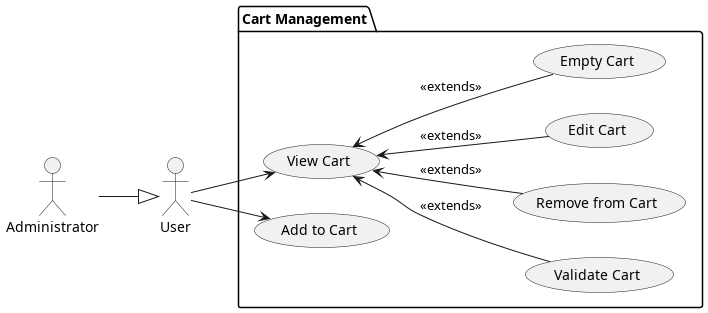
Earlier version of the PlantUML export doc/reports/usecaseAnalysis/img/cartManagement.png (iusildra/WineCellar). Its diagram source:
```plantuml
@startuml cartManagement

left to right direction

actor "User" as user
actor "Administrator" as admin

package "Cart Management" as Cart {

    admin --|> user
    user -->(View Cart)
    user --> (Add to Cart)

    (View Cart) <-- (Validate Cart): <<extends>>
    (View Cart) <-- (Remove from Cart) : <<extends>>
    (View Cart) <-- (Edit Cart) : <<extends>>
    (View Cart) <-- (Empty Cart) : <<extends>>
}


@enduml
```
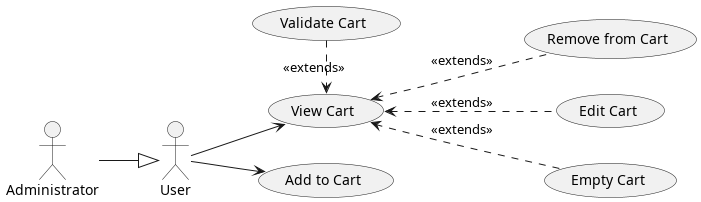
The same diagram one commit later.

Diff of the diagram source:
```diff
@@ -5,17 +5,14 @@
 actor "User" as user
 actor "Administrator" as admin
 
-package "Cart Management" as Cart {
+admin --|> user
+user -->(View Cart)
+user --> (Add to Cart)
 
-    admin --|> user
-    user -->(View Cart)
-    user --> (Add to Cart)
-
-    (View Cart) <-- (Validate Cart): <<extends>>
-    (View Cart) <-- (Remove from Cart) : <<extends>>
-    (View Cart) <-- (Edit Cart) : <<extends>>
-    (View Cart) <-- (Empty Cart) : <<extends>>
-}
+(View Cart) <.l. (Validate Cart): <<extends>>
+(View Cart) <.. (Remove from Cart) : <<extends>>
+(View Cart) <.. (Edit Cart) : <<extends>>
+(View Cart) <.. (Empty Cart) : <<extends>>
 
 
 @enduml
```
